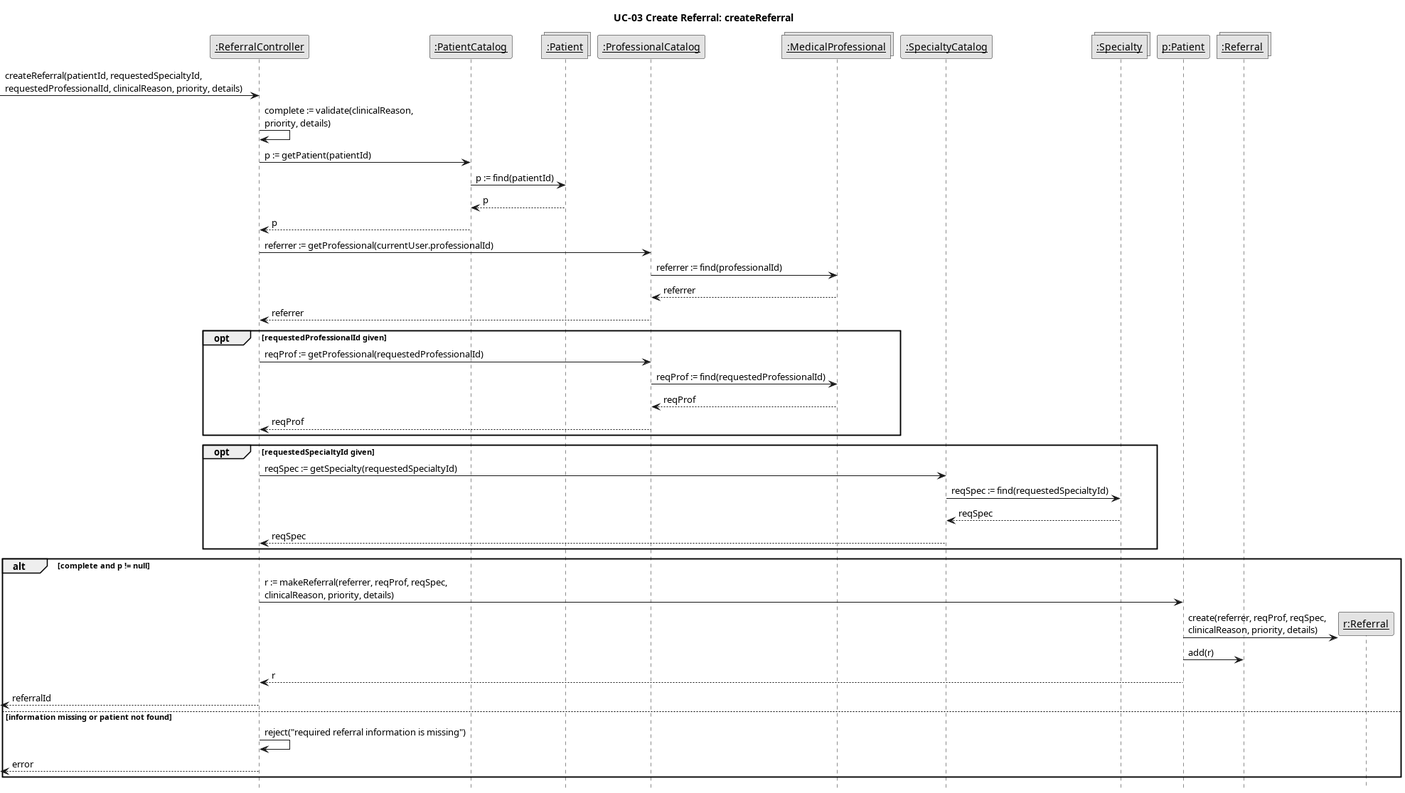
Earlier version of the PlantUML export Iteration2/InteractionDiagrams/SD_UC03_createReferral.png (oumaymabennamoun/SOEN342-project).
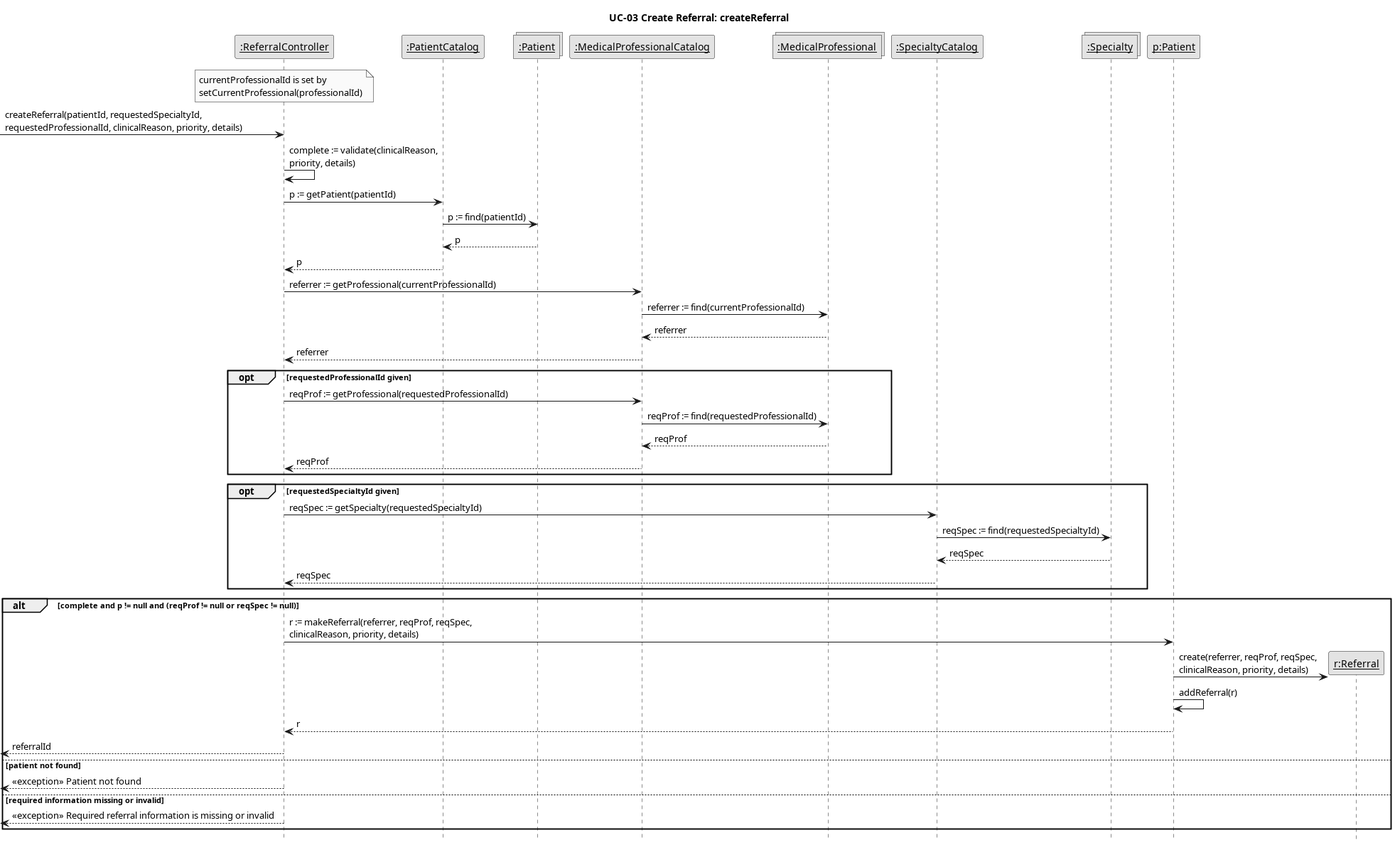
Above is the later version.

Diff of the diagram source:
```diff
@@ -9,12 +9,13 @@
 participant "<u>:ReferralController</u>" as Ctrl
 participant "<u>:PatientCatalog</u>" as PC
 collections "<u>:Patient</u>" as Ps
-participant "<u>:ProfessionalCatalog</u>" as ProfC
+participant "<u>:MedicalProfessionalCatalog</u>" as ProfC
 collections "<u>:MedicalProfessional</u>" as MPs
 participant "<u>:SpecialtyCatalog</u>" as SC
 collections "<u>:Specialty</u>" as Sps
 participant "<u>p:Patient</u>" as P
-collections "<u>:Referral</u>" as Rs
+
+note over Ctrl : currentProfessionalId is set by\nsetCurrentProfessional(professionalId)
 
 [-> Ctrl : createReferral(patientId, requestedSpecialtyId,\nrequestedProfessionalId, clinicalReason, priority, details)
 Ctrl -> Ctrl : complete := validate(clinicalReason,\npriority, details)
@@ -22,8 +23,8 @@
 PC -> Ps : p := find(patientId)
 Ps --> PC : p
 PC --> Ctrl : p
-Ctrl -> ProfC : referrer := getProfessional(currentUser.professionalId)
-ProfC -> MPs : referrer := find(professionalId)
+Ctrl -> ProfC : referrer := getProfessional(currentProfessionalId)
+ProfC -> MPs : referrer := find(currentProfessionalId)
 MPs --> ProfC : referrer
 ProfC --> Ctrl : referrer
 opt requestedProfessionalId given
@@ -38,15 +39,16 @@
   Sps --> SC : reqSpec
   SC --> Ctrl : reqSpec
 end
-alt complete and p != null
+alt complete and p != null and (reqProf != null or reqSpec != null)
   Ctrl -> P : r := makeReferral(referrer, reqProf, reqSpec,\nclinicalReason, priority, details)
   create "<u>r:Referral</u>" as R
   P -> R : create(referrer, reqProf, reqSpec,\nclinicalReason, priority, details)
-  P -> Rs : add(r)
+  P -> P : addReferral(r)
   P --> Ctrl : r
   [<-- Ctrl : referralId
-else information missing or patient not found
-  Ctrl -> Ctrl : reject("required referral information is missing")
-  [<-- Ctrl : error
+else patient not found
+  [<-- Ctrl : <<exception>> Patient not found
+else required information missing or invalid
+  [<-- Ctrl : <<exception>> Required referral information is missing or invalid
 end
 @enduml
```
